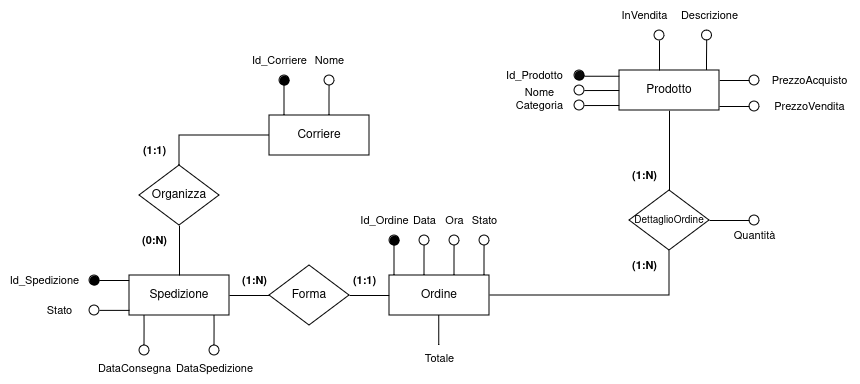
Above: fase_due/images/rifinitura_ordine.png in IonutZbir/ProgettoDatabase (draw.io), before the change. Source tidied: cells renumbered, new cells last; positions are measured from the earlier drawing's top-left corner, leaving out a move shared by most shapes.
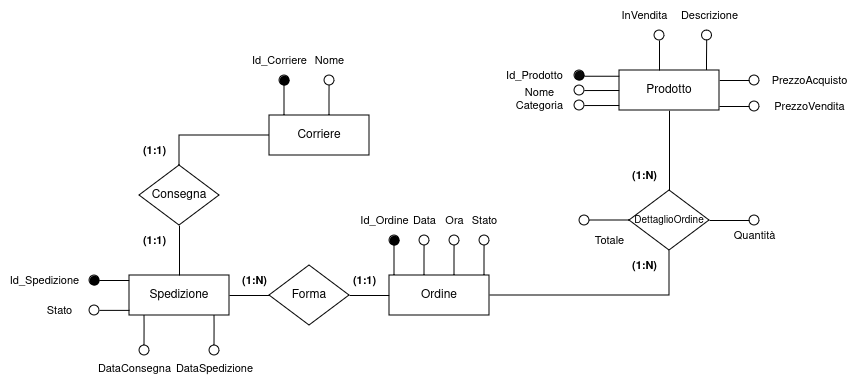
After the change.

The edit, as a diff of the source:
```diff
@@ -86,7 +86,7 @@
     <mxCell id="21" style="edgeStyle=orthogonalEdgeStyle;shape=connector;rounded=0;jettySize=auto;html=1;exitX=0.5;exitY=1;exitDx=0;exitDy=0;entryX=0.5;entryY=0;entryDx=0;entryDy=0;strokeColor=default;align=center;verticalAlign=middle;fontFamily=Helvetica;fontSize=11;fontColor=default;labelBackgroundColor=default;endArrow=none;endFill=0;" parent="1" edge="1" source="22" target="10">
       <mxGeometry relative="1" as="geometry" />
     </mxCell>
-    <mxCell id="22" value="Organizza" style="shape=rhombus;perimeter=rhombusPerimeter;whiteSpace=wrap;html=1;align=center;" parent="1" vertex="1">
+    <mxCell id="22" value="Consegna" style="shape=rhombus;perimeter=rhombusPerimeter;whiteSpace=wrap;html=1;align=center;" parent="1" vertex="1">
       <mxGeometry x="140" y="165" width="80" height="60" as="geometry" />
     </mxCell>
     <mxCell id="23" style="edgeStyle=orthogonalEdgeStyle;shape=connector;rounded=0;orthogonalLoop=1;jettySize=auto;html=1;exitX=0.25;exitY=0;exitDx=0;exitDy=0;strokeColor=default;align=center;verticalAlign=middle;fontFamily=Helvetica;fontSize=11;fontColor=default;labelBackgroundColor=default;endArrow=none;endFill=0;" parent="1" edge="1">
@@ -180,7 +180,7 @@
     <mxCell id="42" value="(1:1)" style="text;html=1;align=center;verticalAlign=middle;strokeColor=none;fillColor=none;fontFamily=Helvetica;fontSize=11;fontColor=default;labelBackgroundColor=default;fontStyle=1;" parent="1" vertex="1">
       <mxGeometry x="130" y="135" width="50" height="30" as="geometry" />
     </mxCell>
-    <mxCell id="43" value="(0:N)" style="text;html=1;align=center;verticalAlign=middle;strokeColor=none;fillColor=none;fontFamily=Helvetica;fontSize=11;fontColor=default;labelBackgroundColor=default;fontStyle=1;" parent="1" vertex="1">
+    <mxCell id="43" value="(1:1)" style="text;html=1;align=center;verticalAlign=middle;strokeColor=none;fillColor=none;fontFamily=Helvetica;fontSize=11;fontColor=default;labelBackgroundColor=default;fontStyle=1;" parent="1" vertex="1">
       <mxGeometry x="130" y="225" width="50" height="30" as="geometry" />
     </mxCell>
     <mxCell id="44" style="ellipse;whiteSpace=wrap;html=1;fontFamily=Helvetica;fontSize=11;fontColor=default;labelBackgroundColor=default;" parent="1" vertex="1">
@@ -202,6 +202,11 @@
     <mxCell id="47" style="edgeStyle=orthogonalEdgeStyle;shape=connector;rounded=0;jettySize=auto;html=1;entryX=0.5;entryY=1;entryDx=0;entryDy=0;strokeColor=default;align=center;verticalAlign=middle;fontFamily=Helvetica;fontSize=11;fontColor=default;labelBackgroundColor=default;endArrow=none;endFill=0;" parent="1" edge="1" source="48" target="60">
       <mxGeometry relative="1" as="geometry" />
     </mxCell>
+    <mxCell id="77" style="edgeStyle=orthogonalEdgeStyle;rounded=0;jettySize=auto;html=1;endArrow=none;endFill=0;" parent="1" edge="1" source="48">
+      <mxGeometry relative="1" as="geometry">
+        <mxPoint x="590" y="220" as="targetPoint" />
+      </mxGeometry>
+    </mxCell>
     <mxCell id="48" value="&lt;font style=&quot;font-size: 10px;&quot;&gt;DettaglioOrdine&lt;/font&gt;" style="shape=rhombus;perimeter=rhombusPerimeter;whiteSpace=wrap;html=1;align=center;" parent="1" vertex="1">
       <mxGeometry x="630" y="190" width="80" height="60" as="geometry" />
     </mxCell>
@@ -306,18 +311,11 @@
     <mxCell id="74" value="Quantità" style="text;html=1;align=center;verticalAlign=middle;strokeColor=none;fillColor=none;fontFamily=Helvetica;fontSize=11;fontColor=default;labelBackgroundColor=default;" parent="1" vertex="1">
       <mxGeometry x="720" y="220" width="70" height="30" as="geometry" />
     </mxCell>
-    <mxCell id="75" style="edgeStyle=orthogonalEdgeStyle;shape=connector;rounded=0;orthogonalLoop=1;jettySize=auto;html=1;exitX=0.25;exitY=0;exitDx=0;exitDy=0;strokeColor=default;align=center;verticalAlign=middle;fontFamily=Helvetica;fontSize=11;fontColor=default;labelBackgroundColor=default;endArrow=none;endFill=0;" parent="1" edge="1">
-      <mxGeometry relative="1" as="geometry">
-        <mxPoint x="439.8" y="345" as="sourcePoint" />
-        <mxPoint x="439.9" y="315" as="targetPoint" />
-        <Array as="points">
-          <mxPoint x="439.8" y="325" />
-          <mxPoint x="439.8" y="325" />
-        </Array>
-      </mxGeometry>
-    </mxCell>
     <mxCell id="76" value="Totale" style="text;html=1;align=center;verticalAlign=middle;strokeColor=none;fillColor=none;fontFamily=Helvetica;fontSize=11;fontColor=default;labelBackgroundColor=default;" parent="1" vertex="1">
-      <mxGeometry x="415" y="343" width="50" height="30" as="geometry" />
+      <mxGeometry x="585" y="225" width="50" height="30" as="geometry" />
     </mxCell>
+    <mxCell id="78" style="ellipse;whiteSpace=wrap;html=1;fontFamily=Helvetica;fontSize=11;fontColor=default;labelBackgroundColor=default;fillColor=none;" parent="1" vertex="1">
+      <mxGeometry x="580" y="215" width="10" height="10" as="geometry" />
+    </mxCell>
   </root>
 </mxGraphModel>
```
